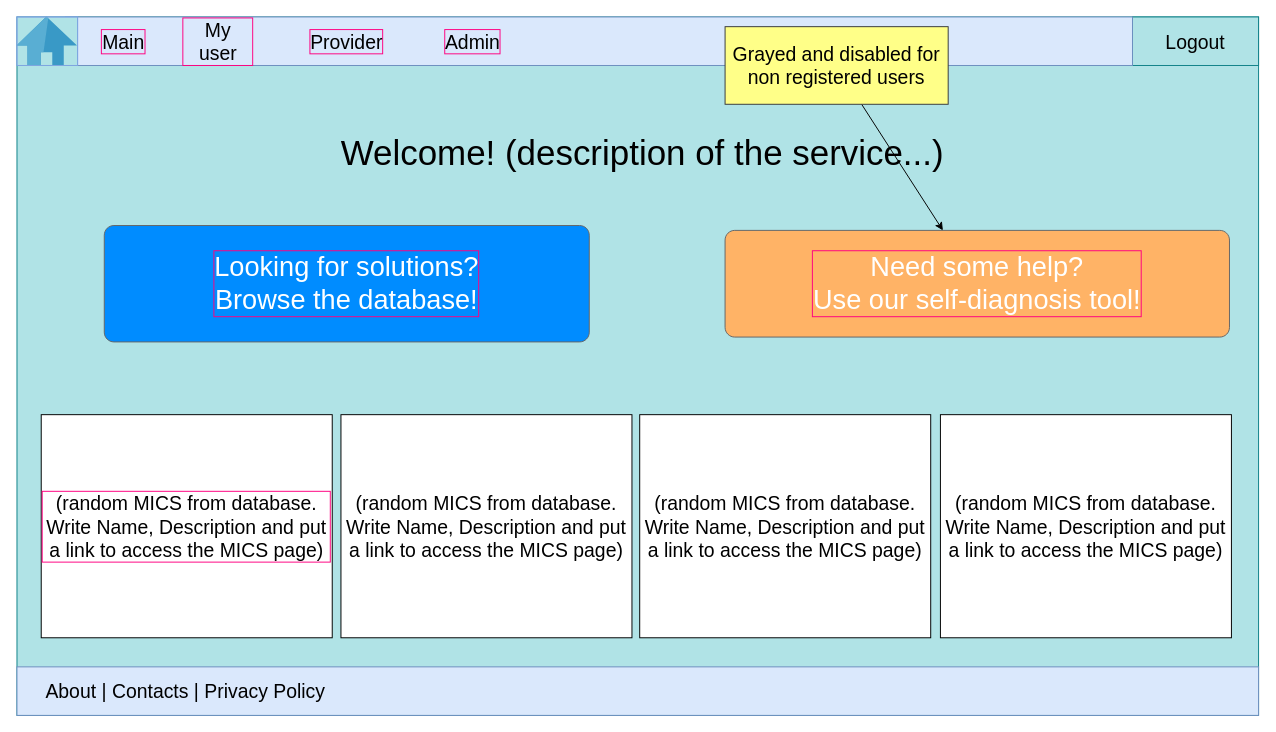
Earlier version of the draw.io diagram page "Main" (2 of 18) of IDP048 UI.drawio.xml (giuseppe-r2m/mics-finder). Source tidied: cells renumbered, new cells numbered last; positions are measured from the earlier drawing's top-left corner, leaving out a move shared by most shapes. Both pictures are drawn from the tidied source at 97%, with x=0, y=0 at pixel (16, 16).
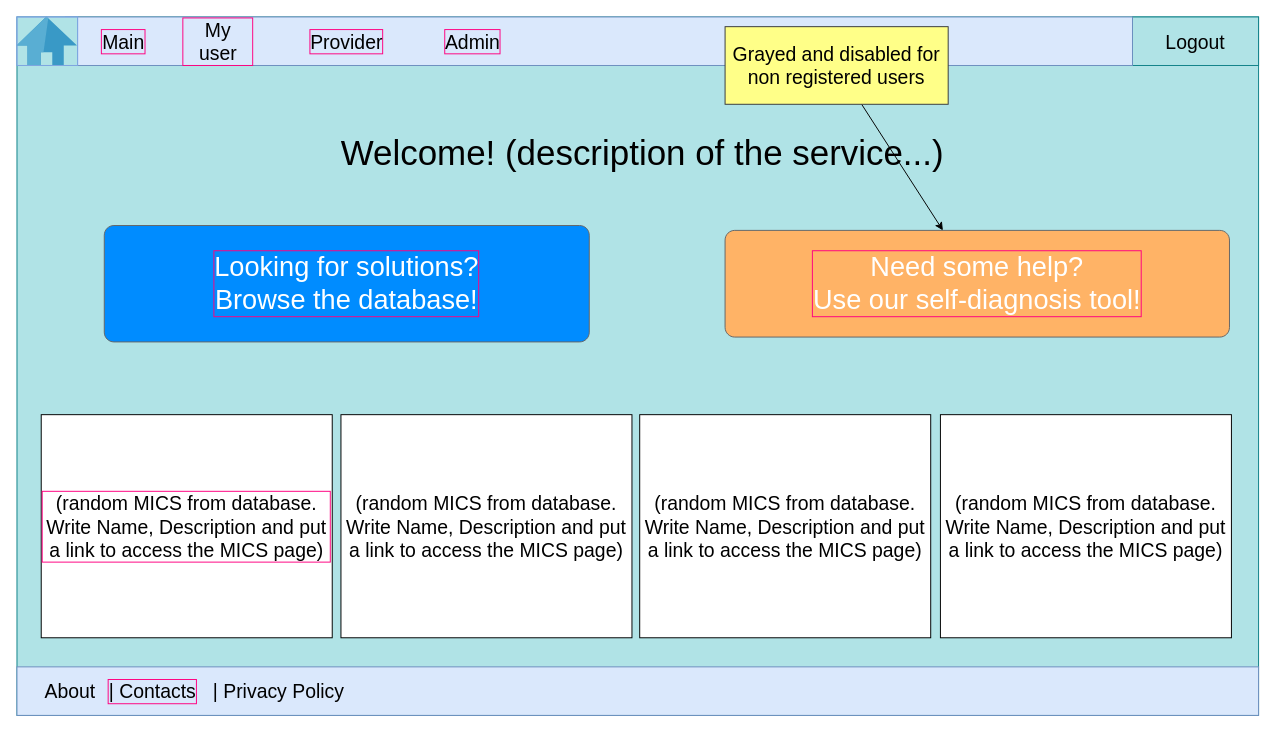
The same diagram, later.

Change to the diagram source:
```diff
@@
-    <mxCell id="5" value="&lt;p style=&quot;line-height: 1.2; margin-top: 0pt; margin-bottom: 0pt; font-size: 20px;&quot; dir=&quot;ltr&quot;&gt;&lt;/p&gt;&lt;div style=&quot;font-size: 20px;&quot;&gt;&lt;/div&gt;&lt;span style=&quot;font-size: 20px; font-family: Arial; background-color: transparent; font-variant-numeric: normal; font-variant-east-asian: normal; vertical-align: baseline;&quot;&gt;&amp;nbsp; &amp;nbsp; &amp;nbsp;About | Contacts | Privacy Policy&amp;nbsp; &amp;nbsp; &amp;nbsp; &amp;nbsp; &amp;nbsp; &amp;nbsp; &amp;nbsp; &amp;nbsp; &amp;nbsp; &amp;nbsp; &amp;nbsp; &amp;nbsp; &amp;nbsp; &amp;nbsp; &amp;nbsp; &amp;nbsp; &amp;nbsp; &amp;nbsp; &amp;nbsp; &amp;nbsp; &amp;nbsp; &amp;nbsp;&amp;nbsp;&lt;/span&gt;&lt;span id=&quot;docs-internal-guid-0b179710-7fff-e899-2973-4397c5c14d87&quot; style=&quot;font-size: 20px;&quot;&gt;&lt;/span&gt;" style="rounded=0;whiteSpace=wrap;html=1;fontSize=20;align=left;fillColor=#dae8fc;strokeColor=#6c8ebf;" parent="1" vertex="1">
+    <mxCell id="5" value="&lt;p style=&quot;line-height: 1.2; margin-top: 0pt; margin-bottom: 0pt; font-size: 20px;&quot; dir=&quot;ltr&quot;&gt;&lt;/p&gt;&lt;div style=&quot;font-size: 20px;&quot;&gt;&lt;/div&gt;&lt;font face=&quot;Arial&quot;&gt;&amp;nbsp;&lt;/font&gt;&lt;br&gt;&lt;span id=&quot;docs-internal-guid-0b179710-7fff-e899-2973-4397c5c14d87&quot; style=&quot;font-size: 20px;&quot;&gt;&lt;/span&gt;" style="rounded=0;whiteSpace=wrap;html=1;fontSize=20;align=left;fillColor=#dae8fc;strokeColor=#6c8ebf;" parent="1" vertex="1">
       <mxGeometry y="670" width="1280" height="50" as="geometry" />
     </mxCell>
@@
+    <mxCell id="21" value="&lt;font style=&quot;font-size: 20px;&quot;&gt;About&lt;/font&gt;" style="text;html=1;strokeColor=none;fillColor=none;align=center;verticalAlign=middle;whiteSpace=wrap;rounded=0;fontSize=16;" parent="1" vertex="1">
+      <mxGeometry x="25" y="680" width="60" height="30" as="geometry" />
+    </mxCell>
+    <mxCell id="22" value="&lt;font style=&quot;font-size: 20px;&quot;&gt;| Contacts&lt;/font&gt;" style="text;html=1;strokeColor=none;fillColor=none;align=center;verticalAlign=middle;whiteSpace=wrap;rounded=0;fontSize=16;labelBorderColor=#FF0080;" parent="1" vertex="1">
+      <mxGeometry x="75" y="680" width="130" height="30" as="geometry" />
+    </mxCell>
+    <mxCell id="23" value="&lt;font style=&quot;font-size: 20px;&quot;&gt;| Privacy Policy&lt;/font&gt;" style="text;html=1;strokeColor=none;fillColor=none;align=center;verticalAlign=middle;whiteSpace=wrap;rounded=0;fontSize=16;" parent="1" vertex="1">
+      <mxGeometry x="185" y="680" width="170" height="30" as="geometry" />
+    </mxCell>
```
